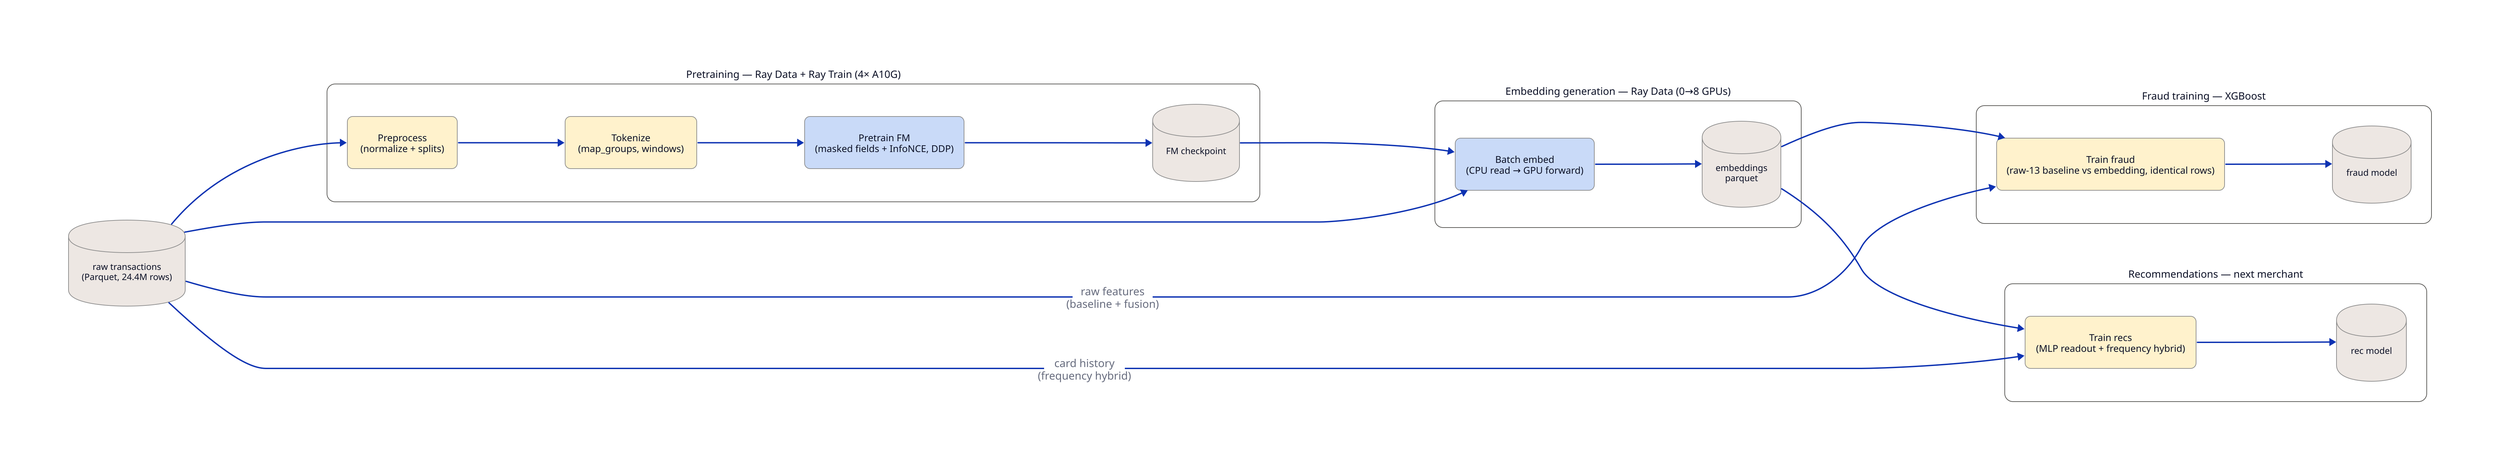
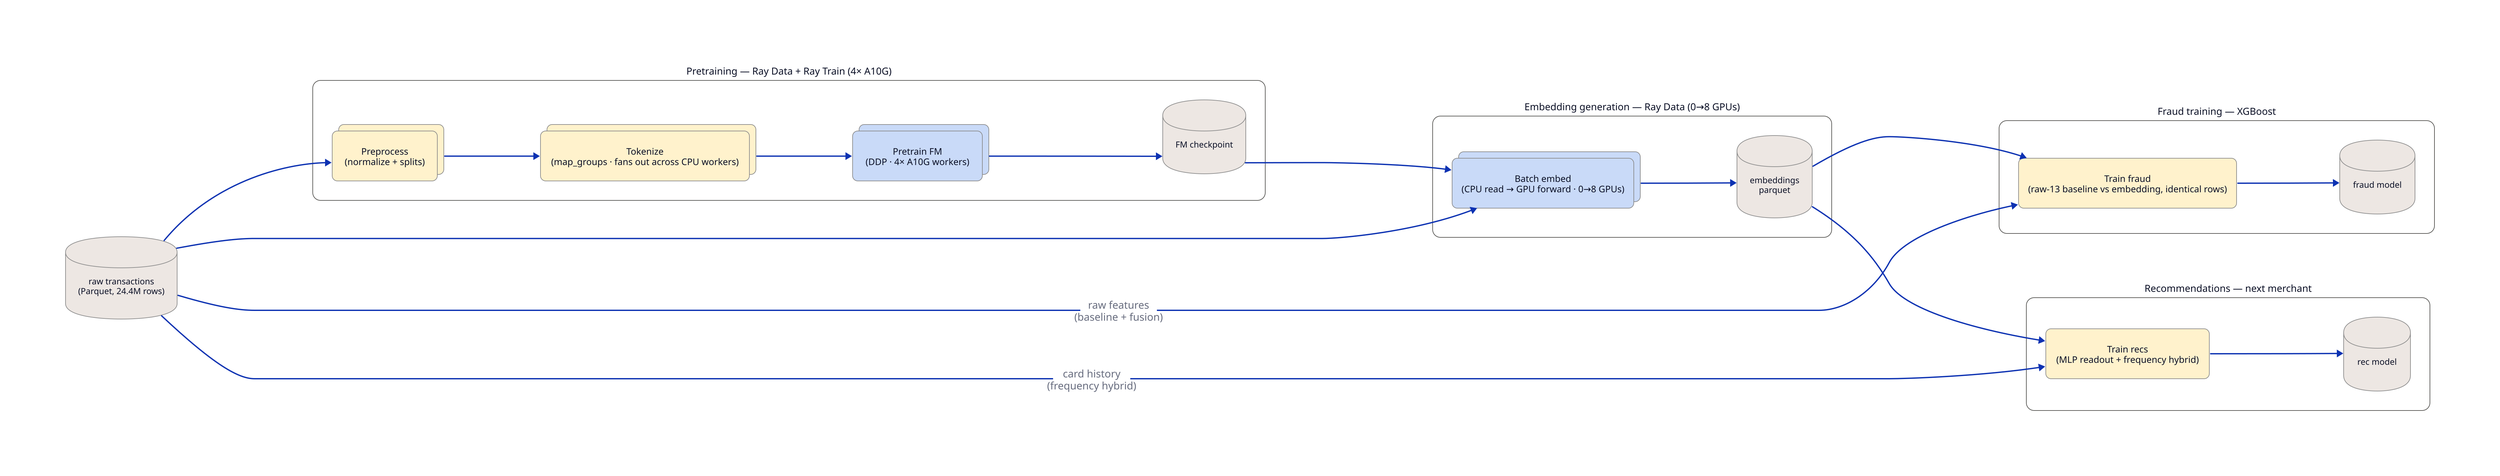
# Transaction-FM pipeline — three-consumer layout (Geoff's sketch, 2026-07-16).
# House style: flat 2D, pale yellow = CPU stage, pale blue = GPU stage,
# cylinder = durable artifact. Render: d2 --pad 24 architecture.d2 out.svg

direction: right

classes: {
  cpu: {style: {fill: "#fff2cc"; stroke: "#8a8a8a"; stroke-width: 1; border-radius: 8; font-size: 14}}
  gpu: {style: {fill: "#c9daf8"; stroke: "#8a8a8a"; stroke-width: 1; border-radius: 8; font-size: 14}}
  art: {shape: cylinder; style: {fill: "#ede7e3"; stroke: "#8a8a8a"; stroke-width: 1; font-size: 13}}
  box: {style: {stroke: "#52514e"; stroke-width: 1; border-radius: 12; fill: "#ffffff"; font-size: 15}}
}

data: "raw transactions\n(Parquet, 24.4M rows)" {class: art}

pre: "Pretraining — Ray Data + Ray Train (4× A10G)" {
  class: box
  direction: right
-   preprocess: "Preprocess\n(normalize + splits)" {class: cpu}
-   tokenize: "Tokenize\n(map_groups, windows)" {class: cpu}
-   pretrain: "Pretrain FM\n(masked fields + InfoNCE, DDP)" {class: gpu}
+   preprocess: "Preprocess\n(normalize + splits)" {class: cpu; style.multiple: true}
+   tokenize: "Tokenize\n(map_groups · fans out across CPU workers)" {class: cpu; style.multiple: true}
+   pretrain: "Pretrain FM\n(DDP · 4× A10G workers)" {class: gpu; style.multiple: true}
  fm: "FM checkpoint" {class: art}
  preprocess -> tokenize -> pretrain -> fm
}

embgen: "Embedding generation — Ray Data (0→8 GPUs)" {
  class: box
  direction: right
-   embed: "Batch embed\n(CPU read → GPU forward)" {class: gpu}
+   embed: "Batch embed\n(CPU read → GPU forward · 0→8 GPUs)" {class: gpu; style.multiple: true}
  embs: "embeddings\nparquet" {class: art}
  embed -> embs
}

fraud: "Fraud training — XGBoost" {
  class: box
  direction: right
  train: "Train fraud\n(raw-13 baseline vs embedding, identical rows)" {class: cpu}
  model: "fraud model" {class: art}
  train -> model
}

recs: "Recommendations — next merchant" {
  class: box
  direction: right
  train: "Train recs\n(MLP readout + frequency hybrid)" {class: cpu}
  model: "rec model" {class: art}
  train -> model
}

data -> pre.preprocess
pre.fm -> embgen.embed
data -> embgen.embed
embgen.embs -> fraud.train
data -> fraud.train: "raw features\n(baseline + fusion)"
embgen.embs -> recs.train
data -> recs.train: "card history\n(frequency hybrid)"
